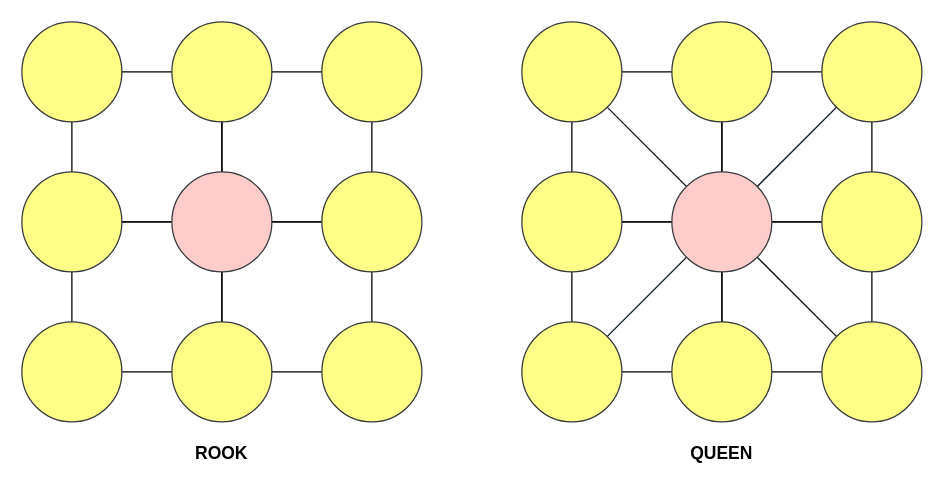
This is page "COTIGUITY" (7 of 23) of OSM Thesis Latex and Docs/OSM Drone.drawio from komikndr/UAV-Path-Planning, a draw.io file, before an edit. Source tidied: cells renumbered, new cells numbered last; positions are measured from the earlier drawing's top-left corner, leaving out a move shared by most shapes. Both pictures are drawn from the tidied source at 125%, with x=0, y=0 at pixel (21, 21).
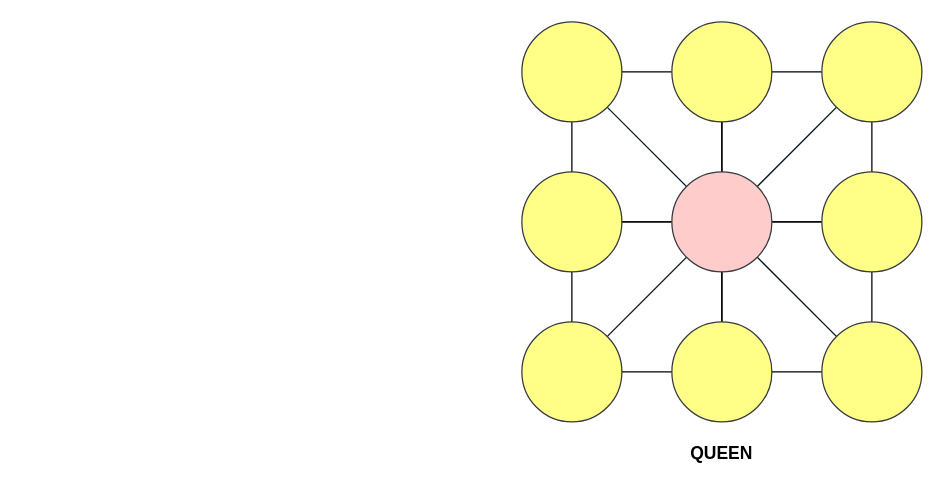
The same page after the edit.

What changed in the source:
```diff
@@
-    <mxCell id="2" style="whiteSpace=wrap;html=1;strokeColor=#000000;fillColor=none;" parent="1" vertex="1">
-      <mxGeometry x="40" y="40" width="120" height="120" as="geometry" />
-    </mxCell>
-    <mxCell id="3" style="whiteSpace=wrap;html=1;strokeColor=#000000;fillColor=none;" parent="1" vertex="1">
-      <mxGeometry x="160" y="40" width="120" height="120" as="geometry" />
-    </mxCell>
-    <mxCell id="4" style="whiteSpace=wrap;html=1;strokeColor=#000000;fillColor=none;" parent="1" vertex="1">
-      <mxGeometry x="160" y="160" width="120" height="120" as="geometry" />
-    </mxCell>
-    <mxCell id="5" style="whiteSpace=wrap;html=1;strokeColor=#000000;fillColor=none;" parent="1" vertex="1">
-      <mxGeometry x="40" y="160" width="120" height="120" as="geometry" />
-    </mxCell>
-    <mxCell id="6" style="ellipse;whiteSpace=wrap;html=1;strokeColor=#36393d;fillColor=#ffff88;" parent="1" vertex="1">
-      <mxGeometry width="80" height="80" as="geometry" />
-    </mxCell>
-    <mxCell id="7" style="ellipse;whiteSpace=wrap;html=1;strokeColor=#36393d;fillColor=#ffff88;" parent="1" vertex="1">
-      <mxGeometry x="120" width="80" height="80" as="geometry" />
-    </mxCell>
-    <mxCell id="8" style="ellipse;whiteSpace=wrap;html=1;strokeColor=#36393d;fillColor=#ffff88;" parent="1" vertex="1">
-      <mxGeometry x="240" width="80" height="80" as="geometry" />
-    </mxCell>
-    <mxCell id="9" style="ellipse;whiteSpace=wrap;html=1;strokeColor=#36393d;fillColor=#ffff88;" parent="1" vertex="1">
-      <mxGeometry y="120" width="80" height="80" as="geometry" />
-    </mxCell>
-    <mxCell id="10" style="ellipse;whiteSpace=wrap;html=1;strokeColor=#36393d;fillColor=#ffcccc;" parent="1" vertex="1">
-      <mxGeometry x="120" y="120" width="80" height="80" as="geometry" />
-    </mxCell>
-    <mxCell id="11" style="ellipse;whiteSpace=wrap;html=1;strokeColor=#36393d;fillColor=#ffff88;" parent="1" vertex="1">
-      <mxGeometry x="240" y="120" width="80" height="80" as="geometry" />
-    </mxCell>
-    <mxCell id="12" style="ellipse;whiteSpace=wrap;html=1;strokeColor=#36393d;fillColor=#ffff88;" parent="1" vertex="1">
-      <mxGeometry y="240" width="80" height="80" as="geometry" />
-    </mxCell>
-    <mxCell id="13" style="ellipse;whiteSpace=wrap;html=1;strokeColor=#36393d;fillColor=#ffff88;" parent="1" vertex="1">
-      <mxGeometry x="120" y="240" width="80" height="80" as="geometry" />
-    </mxCell>
-    <mxCell id="14" style="ellipse;whiteSpace=wrap;html=1;strokeColor=#36393d;fillColor=#ffff88;" parent="1" vertex="1">
-      <mxGeometry x="240" y="240" width="80" height="80" as="geometry" />
-    </mxCell>
@@
-    <mxCell id="30" value="&lt;b style=&quot;font-size: 14px;&quot;&gt;ROOK&lt;/b&gt;" style="text;html=1;strokeColor=none;fillColor=none;align=center;verticalAlign=middle;whiteSpace=wrap;rounded=0;fontSize=14;" parent="1" vertex="1">
-      <mxGeometry x="140" y="335" width="40" height="20" as="geometry" />
-    </mxCell>
```
